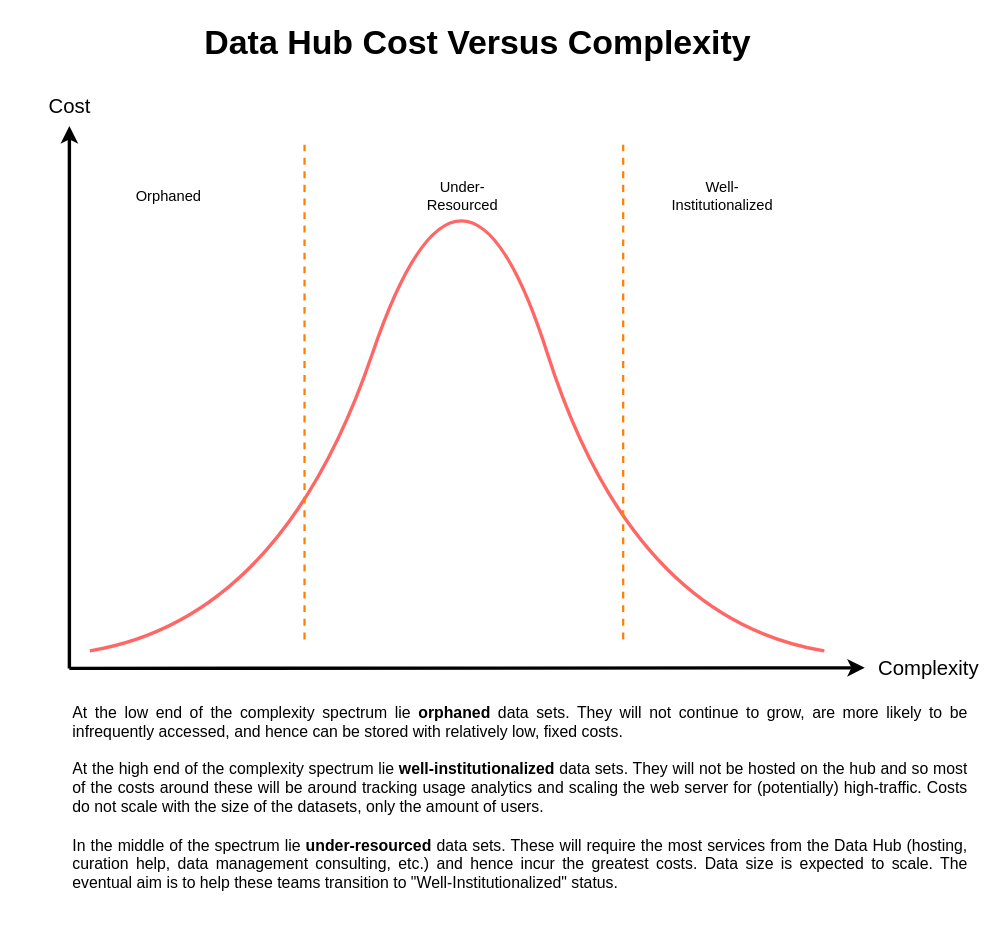
Earlier version of the draw.io diagram solutions-architecture/data-hub-complexity-vs-cost.drawio (EandrewJones/templates). Source tidied: cells renumbered, new cells numbered last; positions are measured from the earlier drawing's top-left corner, leaving out a move shared by most shapes. Both pictures are drawn from the tidied source at 113%, with x=0, y=0 at pixel (19, 18).
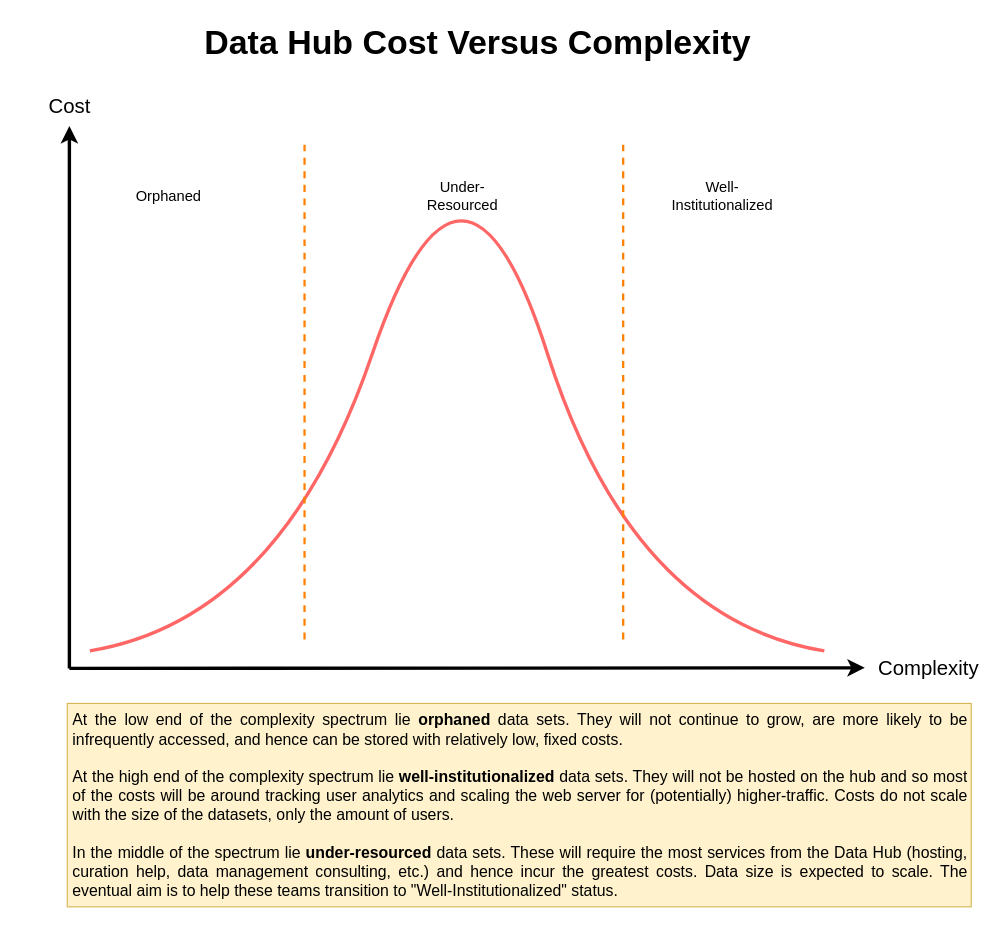
After the change.

Change to the diagram source:
```diff
@@
-    <mxCell id="15" value="&lt;div style=&quot;font-size: 14px;&quot; align=&quot;justify&quot;&gt;&lt;font style=&quot;font-size: 14px;&quot;&gt;At the low end of the complexity spectrum lie &lt;b&gt;orphaned&lt;/b&gt; data sets. They will not continue to grow, are more likely to be infrequently accessed, and hence can be stored with relatively low, fixed costs. &lt;br&gt;&lt;/font&gt;&lt;/div&gt;&lt;div style=&quot;font-size: 14px;&quot; align=&quot;justify&quot;&gt;&lt;font style=&quot;font-size: 14px;&quot;&gt;&lt;br&gt;&lt;/font&gt;&lt;/div&gt;&lt;div style=&quot;font-size: 14px;&quot; align=&quot;justify&quot;&gt;&lt;font style=&quot;font-size: 14px;&quot;&gt;At the high end of the complexity spectrum lie &lt;b&gt;well-institutionalized&lt;/b&gt; data sets. They will not be hosted on the hub and so most of the costs around these will be around tracking usage analytics and scaling the web server for (potentially) high-traffic. Costs do not scale with the size of the datasets, only the amount of users.&lt;/font&gt;&lt;/div&gt;&lt;div style=&quot;font-size: 14px;&quot; align=&quot;justify&quot;&gt;&lt;font style=&quot;font-size: 14px;&quot;&gt;&lt;br&gt;&lt;/font&gt;&lt;/div&gt;&lt;div style=&quot;font-size: 14px;&quot; align=&quot;justify&quot;&gt;&lt;font style=&quot;font-size: 14px;&quot;&gt;In the middle of the spectrum lie &lt;b&gt;under-resourced&lt;/b&gt; data sets. These will  require the most services from the Data Hub (hosting, curation help, data management consulting, etc.) and hence incur the greatest costs. Data size is expected to scale. The eventual aim is to help these teams transition to &quot;Well-Institutionalized&quot; status.&lt;br&gt;&lt;/font&gt;&lt;/div&gt;" style="text;html=1;strokeColor=none;fillColor=none;spacing=5;spacingTop=-20;whiteSpace=wrap;overflow=hidden;rounded=0;fontSize=13;" parent="1" vertex="1">
-      <mxGeometry x="42" y="616" width="800" height="160" as="geometry" />
+    <mxCell id="15" value="&lt;div style=&quot;font-size: 14px;&quot; align=&quot;justify&quot;&gt;&lt;font style=&quot;font-size: 14px;&quot;&gt;&lt;br&gt;&lt;/font&gt;&lt;/div&gt;&lt;div style=&quot;font-size: 14px;&quot; align=&quot;justify&quot;&gt;&lt;font style=&quot;font-size: 14px;&quot;&gt;At the low end of the complexity spectrum lie &lt;b&gt;orphaned&lt;/b&gt; data sets. They will not continue to grow, are more likely to be infrequently accessed, and hence can be stored with relatively low, fixed costs. &lt;br&gt;&lt;/font&gt;&lt;/div&gt;&lt;div style=&quot;font-size: 14px;&quot; align=&quot;justify&quot;&gt;&lt;font style=&quot;font-size: 14px;&quot;&gt;&lt;br&gt;&lt;/font&gt;&lt;/div&gt;&lt;div style=&quot;font-size: 14px;&quot; align=&quot;justify&quot;&gt;&lt;font style=&quot;font-size: 14px;&quot;&gt;At the high end of the complexity spectrum lie &lt;b&gt;well-institutionalized&lt;/b&gt; data sets. They will not be hosted on the hub and so most of the costs will be around tracking user analytics and scaling the web server for (potentially) higher-traffic. Costs do not scale with the size of the datasets, only the amount of users.&lt;/font&gt;&lt;/div&gt;&lt;div style=&quot;font-size: 14px;&quot; align=&quot;justify&quot;&gt;&lt;font style=&quot;font-size: 14px;&quot;&gt;&lt;br&gt;&lt;/font&gt;&lt;/div&gt;&lt;div style=&quot;font-size: 14px;&quot; align=&quot;justify&quot;&gt;&lt;font style=&quot;font-size: 14px;&quot;&gt;In the middle of the spectrum lie &lt;b&gt;under-resourced&lt;/b&gt; data sets. These will  require the most services from the Data Hub (hosting, curation help, data management consulting, etc.) and hence incur the greatest costs. Data size is expected to scale. The eventual aim is to help these teams transition to &quot;Well-Institutionalized&quot; status.&lt;br&gt;&lt;/font&gt;&lt;/div&gt;" style="text;html=1;strokeColor=#d6b656;fillColor=#fff2cc;spacing=5;spacingTop=-20;whiteSpace=wrap;overflow=hidden;rounded=0;fontSize=13;" parent="1" vertex="1">
+      <mxGeometry x="42" y="606" width="800" height="180" as="geometry" />
     </mxCell>
```
